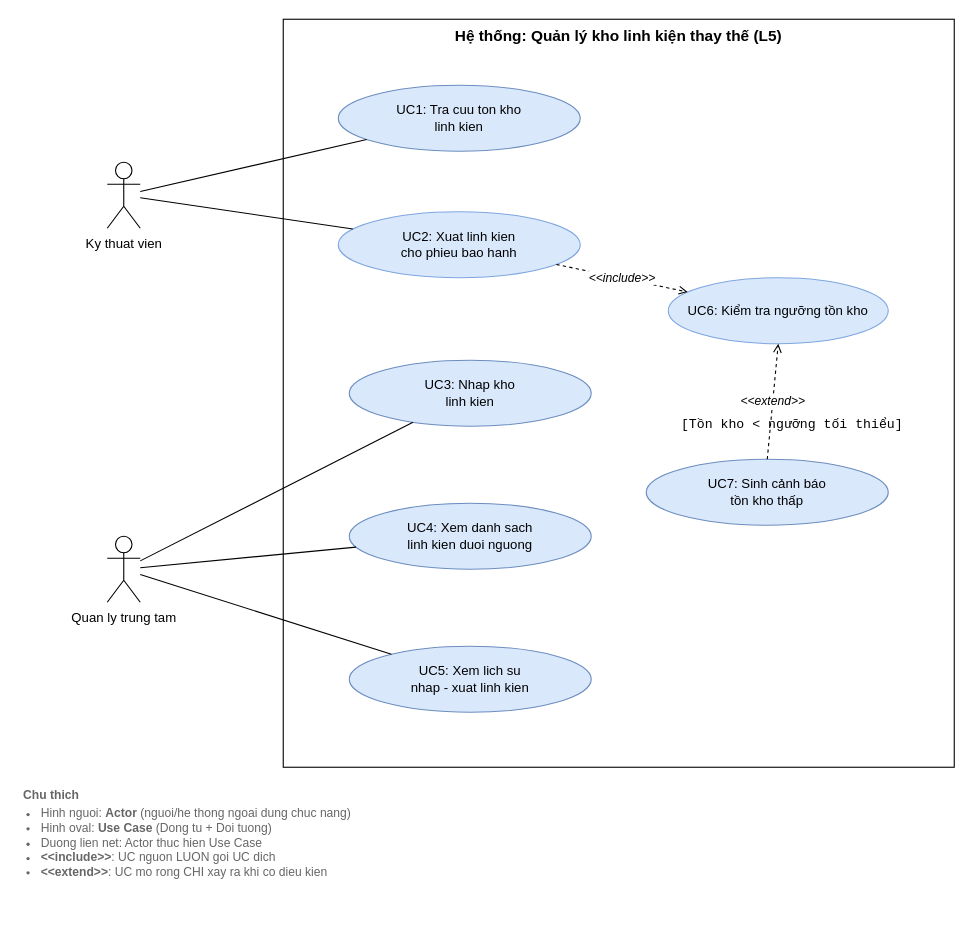
Above: docs/usecase.drawio in dkhoa05/cdtn1-trandangkhoa-L5 (draw.io), before the change. Source tidied: cells renumbered, new cells numbered last; positions are measured from the earlier drawing's top-left corner, leaving out a move shared by most shapes. Both pictures are drawn from the tidied source at 110%, with x=0, y=0 at pixel (19, 19).
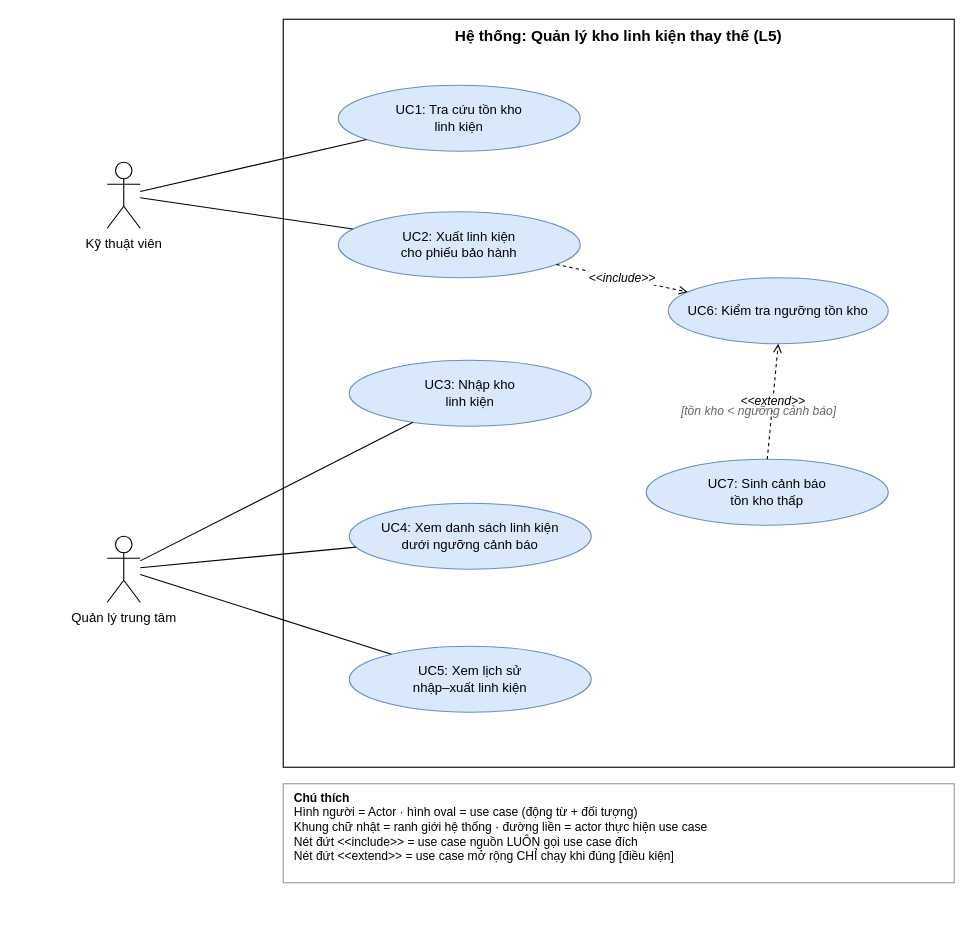
Above is the later version.

Commit message:
docs(usecase): thong nhat thuat ngu nguong canh bao va chu thich

Change to the diagram source:
```diff
@@
-    <mxCell id="3" value="UC1: Tra cuu ton kho&#10;linh kien" style="ellipse;whiteSpace=wrap;html=1;fillColor=#dae8fc;strokeColor=#6c8ebf;" parent="1" vertex="1">
+    <mxCell id="3" value="UC1: Tra cứu tồn kho&#10;linh kiện" style="ellipse;whiteSpace=wrap;html=1;fillColor=#dae8fc;strokeColor=#6c8ebf;" parent="1" vertex="1">
       <mxGeometry x="290" y="60" width="220" height="60" as="geometry" />
     </mxCell>
-    <mxCell id="4" value="UC2: Xuat linh kien&#10;cho phieu bao hanh" style="ellipse;whiteSpace=wrap;html=1;fillColor=#DAE8FC;strokeColor=#7EA6E0;" parent="1" vertex="1">
+    <mxCell id="4" value="UC2: Xuất linh kiện&#10;cho phiếu bảo hành" style="ellipse;whiteSpace=wrap;html=1;fillColor=#dae8fc;strokeColor=#6c8ebf;" parent="1" vertex="1">
       <mxGeometry x="290" y="175" width="220" height="60" as="geometry" />
     </mxCell>
-    <mxCell id="5" value="UC3: Nhap kho&#10;linh kien" style="ellipse;whiteSpace=wrap;html=1;fillColor=#dae8fc;strokeColor=#6c8ebf;" parent="1" vertex="1">
+    <mxCell id="5" value="UC3: Nhập kho&#10;linh kiện" style="ellipse;whiteSpace=wrap;html=1;fillColor=#dae8fc;strokeColor=#6c8ebf;" parent="1" vertex="1">
       <mxGeometry x="300" y="310" width="220" height="60" as="geometry" />
     </mxCell>
-    <mxCell id="6" value="UC4: Xem danh sach&#10;linh kien duoi nguong" style="ellipse;whiteSpace=wrap;html=1;fillColor=#dae8fc;strokeColor=#6c8ebf;" parent="1" vertex="1">
+    <mxCell id="6" value="UC4: Xem danh sách linh kiện&#10;dưới ngưỡng cảnh báo" style="ellipse;whiteSpace=wrap;html=1;fillColor=#dae8fc;strokeColor=#6c8ebf;" parent="1" vertex="1">
       <mxGeometry x="300" y="440" width="220" height="60" as="geometry" />
     </mxCell>
-    <mxCell id="7" value="UC5: Xem lich su&#10;nhap - xuat linh kien" style="ellipse;whiteSpace=wrap;html=1;fillColor=#dae8fc;strokeColor=#6c8ebf;" parent="1" vertex="1">
+    <mxCell id="7" value="UC5: Xem lịch sử&#10;nhập–xuất linh kiện" style="ellipse;whiteSpace=wrap;html=1;fillColor=#dae8fc;strokeColor=#6c8ebf;" parent="1" vertex="1">
       <mxGeometry x="300" y="570" width="220" height="60" as="geometry" />
     </mxCell>
-    <mxCell id="8" value="UC6: Kiểm tra ngưỡng tồn kho" style="ellipse;whiteSpace=wrap;html=1;fillColor=#DAE8FC;strokeColor=#7EA6E0;" parent="1" vertex="1">
+    <mxCell id="8" value="UC6: Kiểm tra ngưỡng tồn kho" style="ellipse;whiteSpace=wrap;html=1;fillColor=#dae8fc;strokeColor=#6c8ebf;" parent="1" vertex="1">
       <mxGeometry x="590" y="235" width="200" height="60" as="geometry" />
     </mxCell>
-    <mxCell id="9" value="Ky thuat vien" style="shape=umlActor;verticalLabelPosition=bottom;labelBackgroundColor=#ffffff;verticalAlign=top;html=1;outlineConnect=0;" parent="1" vertex="1">
+    <mxCell id="9" value="Kỹ thuật viên" style="shape=umlActor;verticalLabelPosition=bottom;labelBackgroundColor=#ffffff;verticalAlign=top;html=1;outlineConnect=0;" parent="1" vertex="1">
       <mxGeometry x="80" y="130" width="30" height="60" as="geometry" />
     </mxCell>
-    <mxCell id="10" value="Quan ly trung tam" style="shape=umlActor;verticalLabelPosition=bottom;labelBackgroundColor=#ffffff;verticalAlign=top;html=1;outlineConnect=0;" parent="1" vertex="1">
+    <mxCell id="10" value="Quản lý trung tâm" style="shape=umlActor;verticalLabelPosition=bottom;labelBackgroundColor=#ffffff;verticalAlign=top;html=1;outlineConnect=0;" parent="1" vertex="1">
       <mxGeometry x="80" y="470" width="30" height="60" as="geometry" />
     </mxCell>
@@
-    <mxCell id="17" value="&lt;b&gt;Chu thich&lt;/b&gt;&lt;ul style=&quot;margin:4px 0 0 16px;padding:0;&quot;&gt;&lt;li&gt;Hinh nguoi: &lt;b&gt;Actor&lt;/b&gt; (nguoi/he thong ngoai dung chuc nang)&lt;/li&gt;&lt;li&gt;Hinh oval: &lt;b&gt;Use Case&lt;/b&gt; (Dong tu + Doi tuong)&lt;/li&gt;&lt;li&gt;Duong lien net: Actor thuc hien Use Case&lt;/li&gt;&lt;li&gt;&lt;b&gt;&amp;lt;&amp;lt;include&amp;gt;&amp;gt;&lt;/b&gt;: UC nguon LUON goi UC dich&lt;/li&gt;&lt;li&gt;&lt;b&gt;&amp;lt;&amp;lt;extend&amp;gt;&amp;gt;&lt;/b&gt;: UC mo rong CHI xay ra khi co dieu kien&lt;/li&gt;&lt;/ul&gt;" style="text;html=1;align=left;verticalAlign=top;fontSize=11;fontColor=#666666;spacing=4;" parent="1" vertex="1">
-      <mxGeometry y="690" width="420" height="140" as="geometry" />
+    <mxCell id="17" value="&lt;b&gt;Chú thích&lt;/b&gt;&lt;br&gt;Hình người = Actor · hình oval = use case (động từ + đối tượng)&lt;br&gt;Khung chữ nhật = ranh giới hệ thống · đường liền = actor thực hiện use case&lt;br&gt;Nét đứt &amp;lt;&amp;lt;include&amp;gt;&amp;gt; = use case nguồn LUÔN gọi use case đích&lt;br&gt;Nét đứt &amp;lt;&amp;lt;extend&amp;gt;&amp;gt; = use case mở rộng CHỈ chạy khi đúng [điều kiện]" style="rounded=0;html=1;whiteSpace=wrap;align=left;verticalAlign=top;spacingLeft=8;fontSize=11;fillColor=#ffffff;strokeColor=#999999;" parent="1" vertex="1">
+      <mxGeometry x="240" y="695" width="610" height="90" as="geometry" />
     </mxCell>
-    <mxCell id="18" value="UC7: Sinh cảnh báo&lt;div&gt;&lt;span style=&quot;background-color: transparent; color: light-dark(rgb(0, 0, 0), rgb(255, 255, 255));&quot;&gt;tồn kho thấp&lt;/span&gt;&lt;/div&gt;" style="ellipse;whiteSpace=wrap;html=1;fillColor=#dae8fc;strokeColor=#6c8ebf;" parent="1" vertex="1">
+    <mxCell id="18" value="UC7: Sinh cảnh báo&#10;tồn kho thấp" style="ellipse;whiteSpace=wrap;html=1;fillColor=#dae8fc;strokeColor=#6c8ebf;" parent="1" vertex="1">
       <mxGeometry x="570" y="400" width="220" height="60" as="geometry" />
     </mxCell>
@@
-    <mxCell id="20" value="&lt;pre dir=&quot;ltr&quot;&gt;&lt;code&gt;[Tồn kho &amp;lt; ngưỡng tối thiểu]&lt;/code&gt;&lt;/pre&gt;" style="text;whiteSpace=wrap;html=1;" parent="1" vertex="1">
+    <mxCell id="20" value="[tồn kho &amp;lt; ngưỡng cảnh báo]" style="text;whiteSpace=wrap;html=1;fontSize=11;fontStyle=2;fontColor=#666666;" parent="1" vertex="1">
       <mxGeometry x="600" y="343" width="190" height="30" as="geometry" />
     </mxCell>
```
